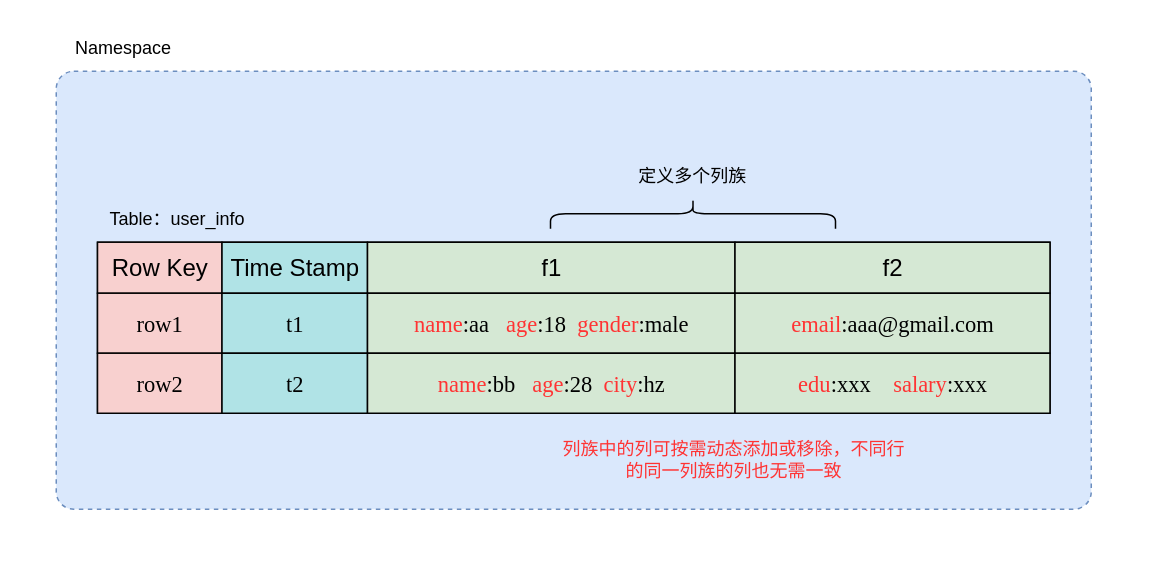
Before: com.guann1n9.diagrams/hbase/hbase_table.drawio in GuanN1ng/diagrams, a draw.io diagram. Source tidied: cells renumbered, new cells numbered last; positions are measured from the earlier drawing's top-left corner, leaving out a move shared by most shapes. Both pictures are drawn from the tidied source at 150%, with x=0, y=0 at pixel (26, 26).
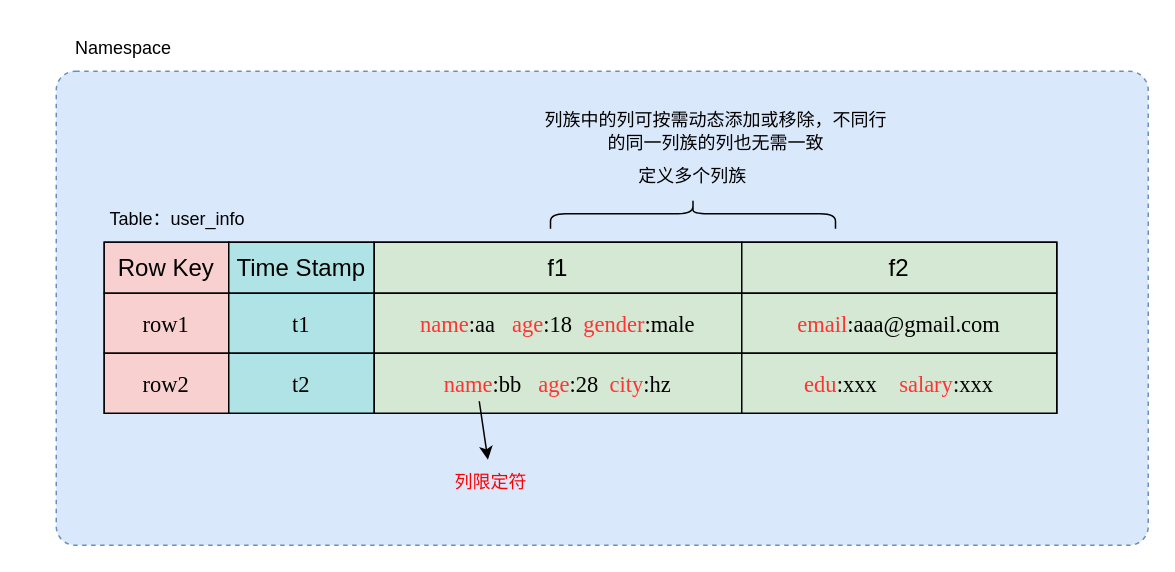
The same page after the edit.

What changed in the source:
```diff
@@
     <mxCell id="2" style="rounded=1;whiteSpace=wrap;html=1;dashed=1;fillColor=#dae8fc;strokeColor=#6c8ebf;arcSize=4;" parent="1" vertex="1">
-      <mxGeometry x="20" y="30" width="690" height="292" as="geometry" />
+      <mxGeometry x="20" y="30" width="728" height="316" as="geometry" />
     </mxCell>
@@
     <mxCell id="4" style="shape=table;startSize=0;childLayout=tableLayout;fontSize=16;strokeWidth=1;fillOpacity=100;" parent="1" vertex="1">
-      <mxGeometry x="47.5" y="144" width="635" height="114" as="geometry" />
+      <mxGeometry x="52" y="144" width="635" height="114" as="geometry" />
     </mxCell>
@@
-    <mxCell id="23" value="列族中的列可按需动态添加或移除，不同行的同一列族的列也无需一致" style="text;html=1;strokeColor=none;fillColor=none;align=center;verticalAlign=middle;whiteSpace=wrap;rounded=0;fontColor=#FF3333;" parent="1" vertex="1">
-      <mxGeometry x="352" y="274" width="240" height="30" as="geometry" />
+    <mxCell id="23" value="&lt;font color=&quot;#000000&quot;&gt;列族中的列可按需动态添加或移除，不同行的同一列族的列也无需一致&lt;/font&gt;" style="text;html=1;strokeColor=none;fillColor=none;align=center;verticalAlign=middle;whiteSpace=wrap;rounded=0;fontColor=#FF3333;" parent="1" vertex="1">
+      <mxGeometry x="340" y="55" width="240" height="30" as="geometry" />
     </mxCell>
+    <mxCell id="24" value="&lt;font color=&quot;#ff0000&quot;&gt;列限定符&lt;/font&gt;" style="text;html=1;strokeColor=none;fillColor=none;align=center;verticalAlign=middle;whiteSpace=wrap;rounded=0;" parent="1" vertex="1">
+      <mxGeometry x="280" y="289" width="60" height="30" as="geometry" />
+    </mxCell>
+    <mxCell id="25" style="endArrow=classic;html=1;rounded=0;" parent="1" edge="1" target="24">
+      <mxGeometry relative="1" as="geometry">
+        <mxPoint x="302" y="250" as="sourcePoint" />
+      </mxGeometry>
+    </mxCell>
```
